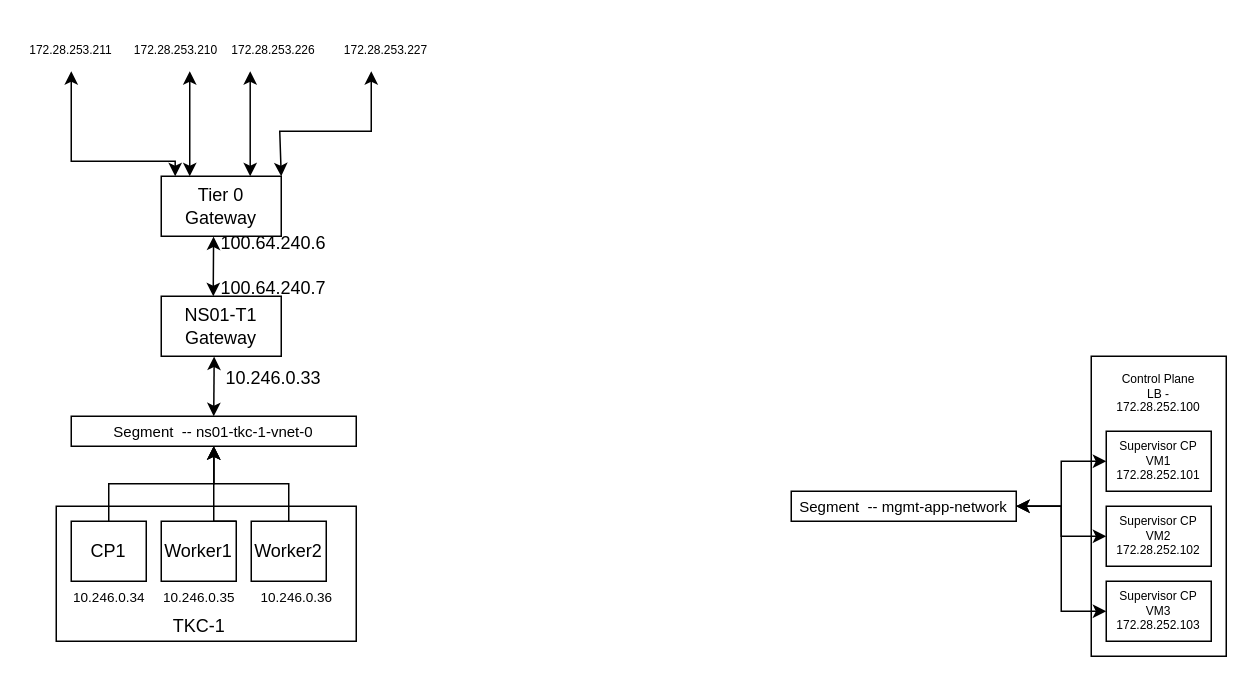
Before: WCP TRACE.drawio in balaji3110/tkc, a draw.io diagram. Source tidied: cells renumbered, new cells numbered last; positions are measured from the earlier drawing's top-left corner, leaving out a move shared by most shapes. Both pictures are drawn from the tidied source at 150%, with x=0, y=0 at pixel (26, 26).
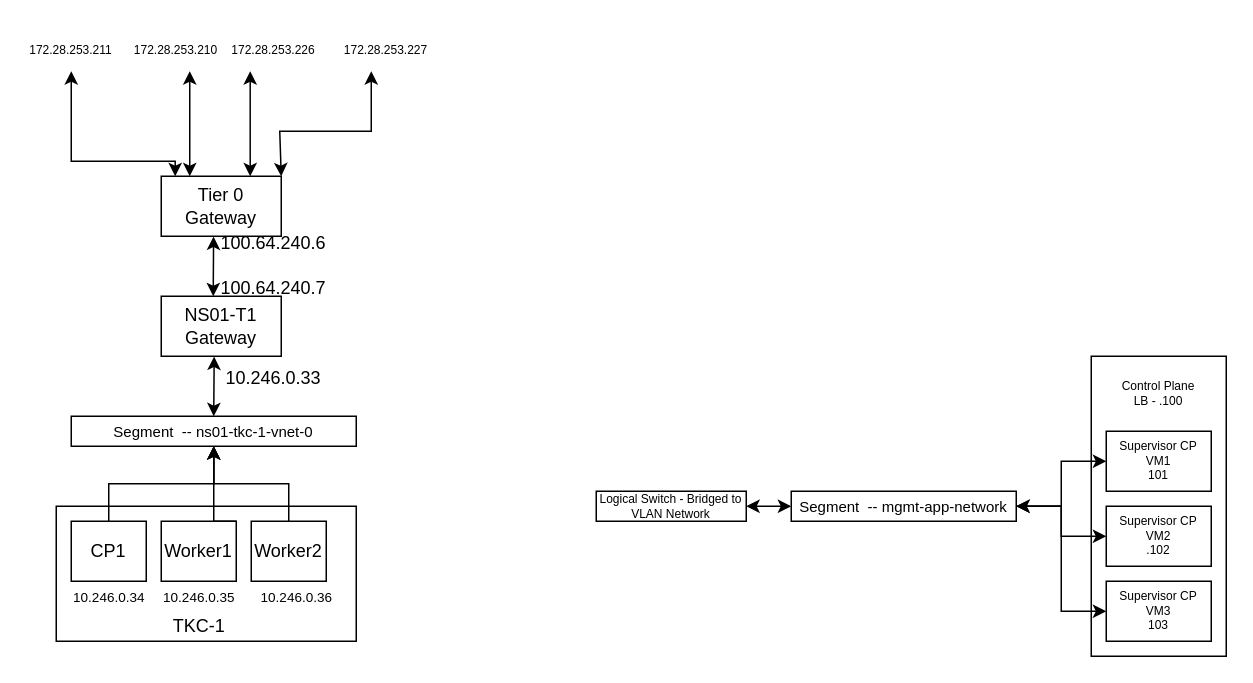
After the change.

Unchanged cells that the change refers to:
```xml
<mxCell id="35" value="&lt;font style=&quot;font-size: 10px&quot;&gt;Segment&amp;nbsp; -- mgmt-app-network&lt;/font&gt;" style="rounded=0;whiteSpace=wrap;html=1;fontSize=9;" parent="1" vertex="1">
  <mxGeometry x="510" y="310" width="150" height="20" as="geometry" />
</mxCell>
```

Change to the diagram source:
```diff
@@
-    <mxCell id="30" value="Supervisor CP VM1&lt;br&gt;172.28.252.101" style="rounded=0;whiteSpace=wrap;html=1;fontSize=8;" parent="1" vertex="1">
+    <mxCell id="30" value="Supervisor CP VM1&lt;br&gt;101" style="rounded=0;whiteSpace=wrap;html=1;fontSize=8;" parent="1" vertex="1">
       <mxGeometry x="720" y="270" width="70" height="40" as="geometry" />
     </mxCell>
-    <mxCell id="31" value="Supervisor CP VM2&lt;br&gt;172.28.252.102" style="rounded=0;whiteSpace=wrap;html=1;fontSize=8;" parent="1" vertex="1">
+    <mxCell id="31" value="Supervisor CP VM2&lt;br&gt;.102" style="rounded=0;whiteSpace=wrap;html=1;fontSize=8;" parent="1" vertex="1">
       <mxGeometry x="720" y="320" width="70" height="40" as="geometry" />
     </mxCell>
-    <mxCell id="32" value="Supervisor CP VM3&lt;br&gt;172.28.252.103" style="rounded=0;whiteSpace=wrap;html=1;fontSize=8;" parent="1" vertex="1">
+    <mxCell id="32" value="Supervisor CP VM3&lt;br&gt;103" style="rounded=0;whiteSpace=wrap;html=1;fontSize=8;" parent="1" vertex="1">
       <mxGeometry x="720" y="370" width="70" height="40" as="geometry" />
     </mxCell>
-    <mxCell id="33" value="Control Plane LB - 172.28.252.100" style="text;html=1;strokeColor=none;fillColor=none;align=center;verticalAlign=middle;whiteSpace=wrap;rounded=0;fontSize=8;" parent="1" vertex="1">
+    <mxCell id="33" value="Control Plane LB - .100" style="text;html=1;strokeColor=none;fillColor=none;align=center;verticalAlign=middle;whiteSpace=wrap;rounded=0;fontSize=8;" parent="1" vertex="1">
       <mxGeometry x="725" y="230" width="60" height="30" as="geometry" />
     </mxCell>
@@
+    <mxCell id="38" value="Logical Switch - Bridged to VLAN Network" style="rounded=0;whiteSpace=wrap;html=1;fontSize=8;" parent="1" vertex="1">
+      <mxGeometry x="380" y="310" width="100" height="20" as="geometry" />
+    </mxCell>
+    <mxCell id="39" style="endArrow=classic;startArrow=classic;html=1;rounded=0;fontSize=8;exitX=1;exitY=0.5;exitDx=0;exitDy=0;entryX=0;entryY=0.5;entryDx=0;entryDy=0;" parent="1" edge="1" source="38" target="35">
+      <mxGeometry relative="1" as="geometry" />
+    </mxCell>
```
